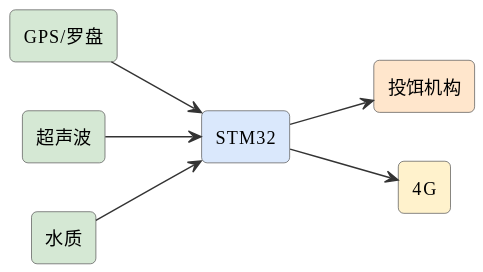
mingyi0818/IntelligentMcuCourse keeps this PlantUML diagram as assets/diagrams/ideas-fig26.svg. Above is the earlier version. The source it was exported from:
```plantuml
@startuml
skinparam defaultFontName "Microsoft YaHei"
skinparam rectangleRoundCorner 8
skinparam rectangleBorderColor #555
skinparam rectangleFontSize 13
skinparam arrowFontSize 11
skinparam arrowColor #333
left to right direction
rectangle "GPS/罗盘" as gps #d5e8d4
rectangle "STM32" as stm #dae8fc
rectangle "超声波" as ult #d5e8d4
rectangle "投饵机构" as feed #ffe6cc
rectangle "水质" as w #d5e8d4
rectangle "4G" as g #fff2cc
gps --> stm
ult --> stm
stm --> feed
w --> stm
stm --> g
@enduml
```
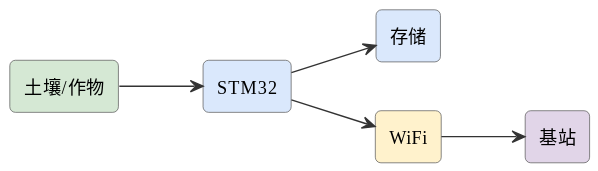
The same diagram one commit later.

What changed in the source:
```diff
@@ -6,15 +6,13 @@
 skinparam arrowFontSize 11
 skinparam arrowColor #333
 left to right direction
-rectangle "GPS/罗盘" as gps #d5e8d4
+rectangle "土壤/作物" as s #d5e8d4
 rectangle "STM32" as stm #dae8fc
-rectangle "超声波" as ult #d5e8d4
-rectangle "投饵机构" as feed #ffe6cc
-rectangle "水质" as w #d5e8d4
-rectangle "4G" as g #fff2cc
-gps --> stm
-ult --> stm
-stm --> feed
-w --> stm
-stm --> g
+rectangle "存储" as mem #dae8fc
+rectangle "WiFi" as wifi #fff2cc
+rectangle "基站" as base #e1d5e8
+s --> stm
+stm --> mem
+stm --> wifi
+wifi --> base
 @enduml
```
